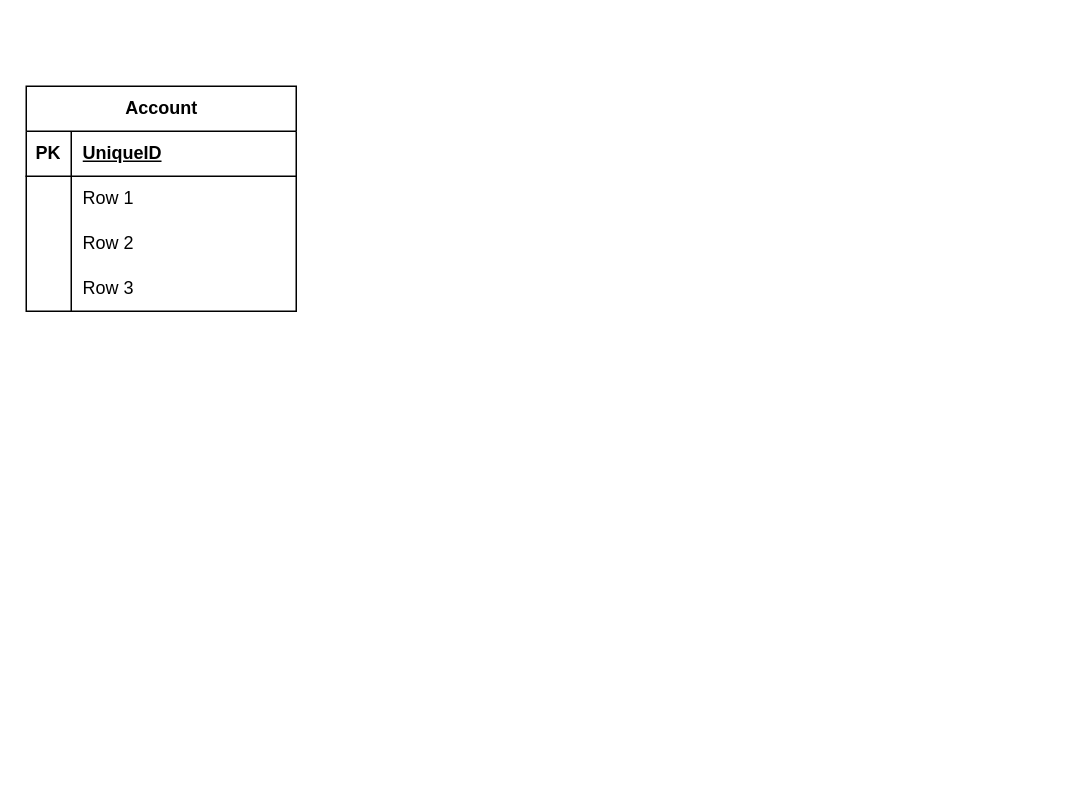
Above: Untitled Diagram.drawio in TDnothing/ecs-fargate-deployment (draw.io), before the change. Source tidied: cells renumbered, new cells numbered last; positions are measured from the earlier drawing's top-left corner, leaving out a move shared by most shapes. Both pictures are drawn from the tidied source at 150%, with x=0, y=0 at pixel (26, 86).
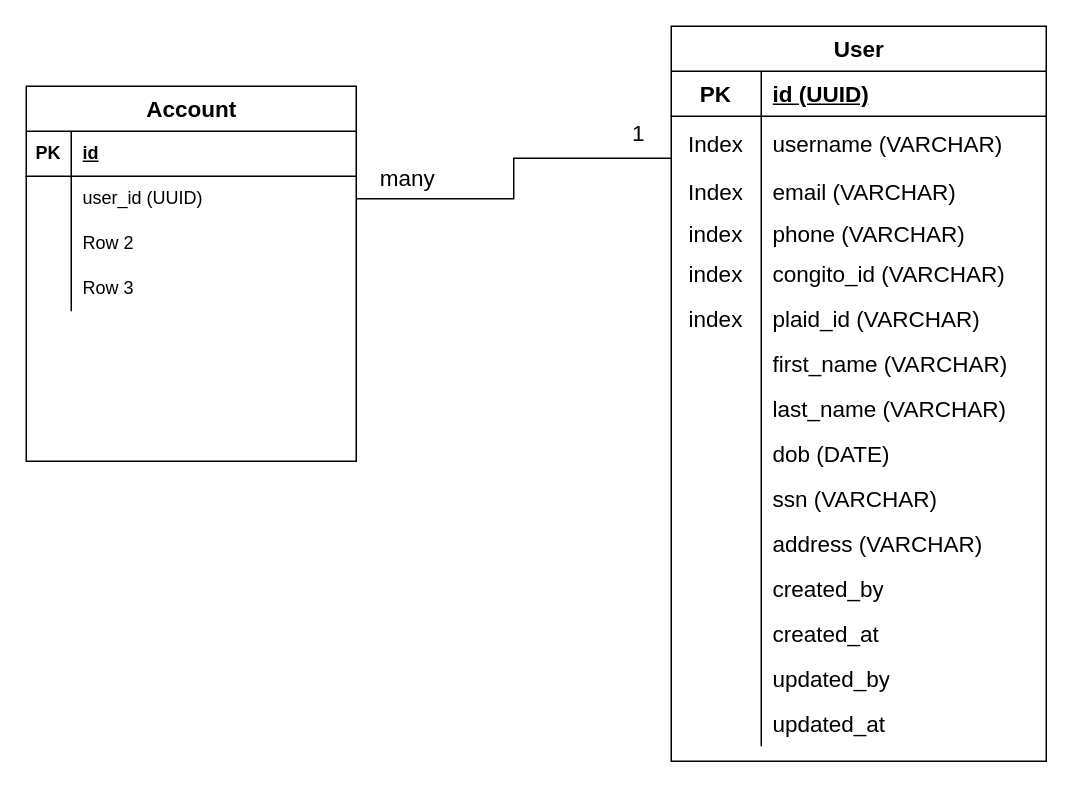
The same page after the edit.

Diff of the diagram source:
```diff
@@
-    <mxCell id="2" value="Account" style="shape=table;startSize=30;childLayout=tableLayout;rowLines=0;fontStyle=1;align=center;html=1;" parent="1" vertex="1">
-      <mxGeometry width="180" height="150" as="geometry" />
+    <mxCell id="2" value="Account" style="shape=table;startSize=30;childLayout=tableLayout;rowLines=0;fontStyle=1;align=center;html=1;fontSize=15;" parent="1" vertex="1">
+      <mxGeometry width="220" height="250" as="geometry" />
     </mxCell>
     <mxCell id="3" style="shape=tableRow;horizontal=0;startSize=0;swimlaneHead=0;swimlaneBody=0;fillColor=none;top=0;left=0;right=0;bottom=1;" parent="2" vertex="1">
-      <mxGeometry y="30" width="180" height="30" as="geometry" />
+      <mxGeometry y="30" width="220" height="30" as="geometry" />
     </mxCell>
@@
-    <mxCell id="5" value="UniqueID" style="shape=partialRectangle;fillColor=none;top=0;left=0;bottom=0;right=0;align=left;spacingLeft=6;fontStyle=5;overflow=hidden;whiteSpace=wrap;html=1;" parent="3" vertex="1">
-      <mxGeometry x="30" width="150" height="30" as="geometry" />
+    <mxCell id="5" value="id" style="shape=partialRectangle;fillColor=none;top=0;left=0;bottom=0;right=0;align=left;spacingLeft=6;fontStyle=5;overflow=hidden;whiteSpace=wrap;html=1;" parent="3" vertex="1">
+      <mxGeometry x="30" width="190" height="30" as="geometry" />
     </mxCell>
     <mxCell id="6" style="shape=tableRow;horizontal=0;startSize=0;swimlaneHead=0;swimlaneBody=0;fillColor=none;points=[[0,0.5],[1,0.5]];portConstraint=eastwest;top=0;left=0;right=0;bottom=0;" parent="2" vertex="1">
-      <mxGeometry y="60" width="180" height="30" as="geometry" />
+      <mxGeometry y="60" width="220" height="30" as="geometry" />
     </mxCell>
@@
-    <mxCell id="8" value="Row 1" style="shape=partialRectangle;fillColor=none;top=0;left=0;bottom=0;right=0;align=left;spacingLeft=6;overflow=hidden;whiteSpace=wrap;html=1;" parent="6" vertex="1">
-      <mxGeometry x="30" width="150" height="30" as="geometry" />
+    <mxCell id="8" value="user_id (UUID)" style="shape=partialRectangle;fillColor=none;top=0;left=0;bottom=0;right=0;align=left;spacingLeft=6;overflow=hidden;whiteSpace=wrap;html=1;" parent="6" vertex="1">
+      <mxGeometry x="30" width="190" height="30" as="geometry" />
     </mxCell>
     <mxCell id="9" style="shape=tableRow;horizontal=0;startSize=0;swimlaneHead=0;swimlaneBody=0;fillColor=none;top=0;left=0;right=0;bottom=0;" parent="2" vertex="1">
-      <mxGeometry y="90" width="180" height="30" as="geometry" />
+      <mxGeometry y="90" width="220" height="30" as="geometry" />
     </mxCell>
@@
     <mxCell id="11" value="Row 2" style="shape=partialRectangle;fillColor=none;top=0;left=0;bottom=0;right=0;align=left;spacingLeft=6;overflow=hidden;whiteSpace=wrap;html=1;" parent="9" vertex="1">
-      <mxGeometry x="30" width="150" height="30" as="geometry" />
+      <mxGeometry x="30" width="190" height="30" as="geometry" />
     </mxCell>
     <mxCell id="12" style="shape=tableRow;horizontal=0;startSize=0;swimlaneHead=0;swimlaneBody=0;fillColor=none;top=0;left=0;right=0;bottom=0;" parent="2" vertex="1">
-      <mxGeometry y="120" width="180" height="30" as="geometry" />
+      <mxGeometry y="120" width="220" height="30" as="geometry" />
     </mxCell>
@@
     <mxCell id="14" value="Row 3" style="shape=partialRectangle;fillColor=none;top=0;left=0;bottom=0;right=0;align=left;spacingLeft=6;overflow=hidden;whiteSpace=wrap;html=1;" parent="12" vertex="1">
-      <mxGeometry x="30" width="150" height="30" as="geometry" />
+      <mxGeometry x="30" width="190" height="30" as="geometry" />
     </mxCell>
+    <mxCell id="15" value="User" style="shape=table;startSize=30;childLayout=tableLayout;rowLines=0;fontStyle=1;align=center;html=1;fontSize=15;" parent="1" vertex="1">
+      <mxGeometry x="430" y="-40" width="250" height="490" as="geometry" />
+    </mxCell>
+    <mxCell id="16" style="shape=tableRow;horizontal=0;startSize=0;swimlaneHead=0;swimlaneBody=0;fillColor=none;top=0;left=0;right=0;bottom=1;fontSize=15;" parent="15" vertex="1">
+      <mxGeometry y="30" width="250" height="30" as="geometry" />
+    </mxCell>
+    <mxCell id="17" value="PK" style="shape=partialRectangle;fillColor=none;top=0;left=0;bottom=0;right=0;fontStyle=1;overflow=hidden;whiteSpace=wrap;html=1;fontSize=15;" parent="16" vertex="1">
+      <mxGeometry width="60" height="30" as="geometry" />
+    </mxCell>
+    <mxCell id="18" value="id (UUID)" style="shape=partialRectangle;fillColor=none;top=0;left=0;bottom=0;right=0;align=left;spacingLeft=6;fontStyle=5;overflow=hidden;whiteSpace=wrap;html=1;fontSize=15;" parent="16" vertex="1">
+      <mxGeometry x="60" width="190" height="30" as="geometry" />
+    </mxCell>
+    <mxCell id="19" style="shape=tableRow;horizontal=0;startSize=0;swimlaneHead=0;swimlaneBody=0;fillColor=none;points=[[0,0.5],[1,0.5]];portConstraint=eastwest;top=0;left=0;right=0;bottom=0;fontSize=15;" parent="15" vertex="1">
+      <mxGeometry y="60" width="250" height="35" as="geometry" />
+    </mxCell>
+    <mxCell id="20" value="Index" style="shape=partialRectangle;fillColor=none;top=0;left=0;bottom=0;right=0;overflow=hidden;whiteSpace=wrap;html=1;fontSize=15;" parent="19" vertex="1">
+      <mxGeometry width="60" height="35" as="geometry" />
+    </mxCell>
+    <mxCell id="21" value="username (VARCHAR)" style="shape=partialRectangle;fillColor=none;top=0;left=0;bottom=0;right=0;align=left;spacingLeft=6;overflow=hidden;whiteSpace=wrap;html=1;fontSize=15;" parent="19" vertex="1">
+      <mxGeometry x="60" width="190" height="35" as="geometry" />
+    </mxCell>
+    <mxCell id="22" style="shape=tableRow;horizontal=0;startSize=0;swimlaneHead=0;swimlaneBody=0;fillColor=none;top=0;left=0;right=0;bottom=0;fontSize=15;" parent="15" vertex="1">
+      <mxGeometry y="95" width="250" height="30" as="geometry" />
+    </mxCell>
+    <mxCell id="23" value="Index" style="shape=partialRectangle;fillColor=none;top=0;left=0;bottom=0;right=0;overflow=hidden;whiteSpace=wrap;html=1;fontSize=15;" parent="22" vertex="1">
+      <mxGeometry width="60" height="30" as="geometry" />
+    </mxCell>
+    <mxCell id="24" value="email (VARCHAR)" style="shape=partialRectangle;fillColor=none;top=0;left=0;bottom=0;right=0;align=left;spacingLeft=6;overflow=hidden;whiteSpace=wrap;html=1;fontSize=15;" parent="22" vertex="1">
+      <mxGeometry x="60" width="190" height="30" as="geometry" />
+    </mxCell>
+    <mxCell id="25" style="shape=tableRow;horizontal=0;startSize=0;swimlaneHead=0;swimlaneBody=0;fillColor=none;top=0;left=0;right=0;bottom=0;fontSize=15;" parent="15" vertex="1">
+      <mxGeometry y="125" width="250" height="25" as="geometry" />
+    </mxCell>
+    <mxCell id="26" value="index" style="shape=partialRectangle;fillColor=none;top=0;left=0;bottom=0;right=0;overflow=hidden;whiteSpace=wrap;html=1;fontSize=15;" parent="25" vertex="1">
+      <mxGeometry width="60" height="25" as="geometry" />
+    </mxCell>
+    <mxCell id="27" value="phone (VARCHAR)" style="shape=partialRectangle;fillColor=none;top=0;left=0;bottom=0;right=0;align=left;spacingLeft=6;overflow=hidden;whiteSpace=wrap;html=1;fontSize=15;" parent="25" vertex="1">
+      <mxGeometry x="60" width="190" height="25" as="geometry" />
+    </mxCell>
+    <mxCell id="28" style="shape=tableRow;horizontal=0;startSize=0;swimlaneHead=0;swimlaneBody=0;fillColor=none;top=0;left=0;right=0;bottom=0;fontSize=15;" parent="15" vertex="1">
+      <mxGeometry y="150" width="250" height="30" as="geometry" />
+    </mxCell>
+    <mxCell id="29" value="index" style="shape=partialRectangle;fillColor=none;top=0;left=0;bottom=0;right=0;overflow=hidden;whiteSpace=wrap;html=1;fontSize=15;" parent="28" vertex="1">
+      <mxGeometry width="60" height="30" as="geometry" />
+    </mxCell>
+    <mxCell id="30" value="congito_id (VARCHAR)" style="shape=partialRectangle;fillColor=none;top=0;left=0;bottom=0;right=0;align=left;spacingLeft=6;overflow=hidden;whiteSpace=wrap;html=1;fontSize=15;" parent="28" vertex="1">
+      <mxGeometry x="60" width="190" height="30" as="geometry" />
+    </mxCell>
+    <mxCell id="31" style="shape=tableRow;horizontal=0;startSize=0;swimlaneHead=0;swimlaneBody=0;fillColor=none;top=0;left=0;right=0;bottom=0;fontSize=15;" parent="15" vertex="1">
+      <mxGeometry y="180" width="250" height="30" as="geometry" />
+    </mxCell>
+    <mxCell id="32" value="index" style="shape=partialRectangle;fillColor=none;top=0;left=0;bottom=0;right=0;overflow=hidden;whiteSpace=wrap;html=1;fontSize=15;" parent="31" vertex="1">
+      <mxGeometry width="60" height="30" as="geometry" />
+    </mxCell>
+    <mxCell id="33" value="plaid_id (VARCHAR)" style="shape=partialRectangle;fillColor=none;top=0;left=0;bottom=0;right=0;align=left;spacingLeft=6;overflow=hidden;whiteSpace=wrap;html=1;fontSize=15;" parent="31" vertex="1">
+      <mxGeometry x="60" width="190" height="30" as="geometry" />
+    </mxCell>
+    <mxCell id="34" style="shape=tableRow;horizontal=0;startSize=0;swimlaneHead=0;swimlaneBody=0;fillColor=none;top=0;left=0;right=0;bottom=0;fontSize=15;" parent="15" vertex="1">
+      <mxGeometry y="210" width="250" height="30" as="geometry" />
+    </mxCell>
+    <mxCell id="35" style="shape=partialRectangle;fillColor=none;top=0;left=0;bottom=0;right=0;overflow=hidden;whiteSpace=wrap;html=1;fontSize=15;" parent="34" vertex="1">
+      <mxGeometry width="60" height="30" as="geometry" />
+    </mxCell>
+    <mxCell id="36" value="first_name (VARCHAR)" style="shape=partialRectangle;fillColor=none;top=0;left=0;bottom=0;right=0;align=left;spacingLeft=6;overflow=hidden;whiteSpace=wrap;html=1;fontSize=15;" parent="34" vertex="1">
+      <mxGeometry x="60" width="190" height="30" as="geometry" />
+    </mxCell>
+    <mxCell id="37" style="shape=tableRow;horizontal=0;startSize=0;swimlaneHead=0;swimlaneBody=0;fillColor=none;top=0;left=0;right=0;bottom=0;fontSize=15;" parent="15" vertex="1">
+      <mxGeometry y="240" width="250" height="30" as="geometry" />
+    </mxCell>
+    <mxCell id="38" style="shape=partialRectangle;fillColor=none;top=0;left=0;bottom=0;right=0;overflow=hidden;whiteSpace=wrap;html=1;fontSize=15;" parent="37" vertex="1">
+      <mxGeometry width="60" height="30" as="geometry" />
+    </mxCell>
+    <mxCell id="39" value="last_name (VARCHAR)" style="shape=partialRectangle;fillColor=none;top=0;left=0;bottom=0;right=0;align=left;spacingLeft=6;overflow=hidden;whiteSpace=wrap;html=1;fontSize=15;" parent="37" vertex="1">
+      <mxGeometry x="60" width="190" height="30" as="geometry" />
+    </mxCell>
+    <mxCell id="40" style="shape=tableRow;horizontal=0;startSize=0;swimlaneHead=0;swimlaneBody=0;fillColor=none;top=0;left=0;right=0;bottom=0;fontSize=15;" parent="15" vertex="1">
+      <mxGeometry y="270" width="250" height="30" as="geometry" />
+    </mxCell>
+    <mxCell id="41" style="shape=partialRectangle;fillColor=none;top=0;left=0;bottom=0;right=0;overflow=hidden;whiteSpace=wrap;html=1;fontSize=15;" parent="40" vertex="1">
+      <mxGeometry width="60" height="30" as="geometry" />
+    </mxCell>
+    <mxCell id="42" value="dob (DATE)" style="shape=partialRectangle;fillColor=none;top=0;left=0;bottom=0;right=0;align=left;spacingLeft=6;overflow=hidden;whiteSpace=wrap;html=1;fontSize=15;" parent="40" vertex="1">
+      <mxGeometry x="60" width="190" height="30" as="geometry" />
+    </mxCell>
+    <mxCell id="43" style="shape=tableRow;horizontal=0;startSize=0;swimlaneHead=0;swimlaneBody=0;fillColor=none;top=0;left=0;right=0;bottom=0;fontSize=15;" parent="15" vertex="1">
+      <mxGeometry y="300" width="250" height="30" as="geometry" />
+    </mxCell>
+    <mxCell id="44" style="shape=partialRectangle;fillColor=none;top=0;left=0;bottom=0;right=0;overflow=hidden;whiteSpace=wrap;html=1;fontSize=15;" parent="43" vertex="1">
+      <mxGeometry width="60" height="30" as="geometry" />
+    </mxCell>
+    <mxCell id="45" value="ssn (VARCHAR)" style="shape=partialRectangle;fillColor=none;top=0;left=0;bottom=0;right=0;align=left;spacingLeft=6;overflow=hidden;whiteSpace=wrap;html=1;fontSize=15;" parent="43" vertex="1">
+      <mxGeometry x="60" width="190" height="30" as="geometry" />
+    </mxCell>
+    <mxCell id="46" style="shape=tableRow;horizontal=0;startSize=0;swimlaneHead=0;swimlaneBody=0;fillColor=none;top=0;left=0;right=0;bottom=0;fontSize=15;" parent="15" vertex="1">
+      <mxGeometry y="330" width="250" height="30" as="geometry" />
+    </mxCell>
+    <mxCell id="47" style="shape=partialRectangle;fillColor=none;top=0;left=0;bottom=0;right=0;overflow=hidden;whiteSpace=wrap;html=1;fontSize=15;" parent="46" vertex="1">
+      <mxGeometry width="60" height="30" as="geometry" />
+    </mxCell>
+    <mxCell id="48" value="address (VARCHAR)" style="shape=partialRectangle;fillColor=none;top=0;left=0;bottom=0;right=0;align=left;spacingLeft=6;overflow=hidden;whiteSpace=wrap;html=1;fontSize=15;" parent="46" vertex="1">
+      <mxGeometry x="60" width="190" height="30" as="geometry" />
+    </mxCell>
+    <mxCell id="49" style="shape=tableRow;horizontal=0;startSize=0;swimlaneHead=0;swimlaneBody=0;fillColor=none;top=0;left=0;right=0;bottom=0;fontSize=15;" parent="15" vertex="1">
+      <mxGeometry y="360" width="250" height="30" as="geometry" />
+    </mxCell>
+    <mxCell id="50" style="shape=partialRectangle;fillColor=none;top=0;left=0;bottom=0;right=0;overflow=hidden;whiteSpace=wrap;html=1;fontSize=15;" parent="49" vertex="1">
+      <mxGeometry width="60" height="30" as="geometry" />
+    </mxCell>
+    <mxCell id="51" value="created_by" style="shape=partialRectangle;fillColor=none;top=0;left=0;bottom=0;right=0;align=left;spacingLeft=6;overflow=hidden;whiteSpace=wrap;html=1;fontSize=15;" parent="49" vertex="1">
+      <mxGeometry x="60" width="190" height="30" as="geometry" />
+    </mxCell>
+    <mxCell id="52" style="shape=tableRow;horizontal=0;startSize=0;swimlaneHead=0;swimlaneBody=0;fillColor=none;top=0;left=0;right=0;bottom=0;fontSize=15;" parent="15" vertex="1">
+      <mxGeometry y="390" width="250" height="30" as="geometry" />
+    </mxCell>
+    <mxCell id="53" style="shape=partialRectangle;fillColor=none;top=0;left=0;bottom=0;right=0;overflow=hidden;whiteSpace=wrap;html=1;fontSize=15;" parent="52" vertex="1">
+      <mxGeometry width="60" height="30" as="geometry" />
+    </mxCell>
+    <mxCell id="54" value="created_at" style="shape=partialRectangle;fillColor=none;top=0;left=0;bottom=0;right=0;align=left;spacingLeft=6;overflow=hidden;whiteSpace=wrap;html=1;fontSize=15;" parent="52" vertex="1">
+      <mxGeometry x="60" width="190" height="30" as="geometry" />
+    </mxCell>
+    <mxCell id="55" style="shape=tableRow;horizontal=0;startSize=0;swimlaneHead=0;swimlaneBody=0;fillColor=none;top=0;left=0;right=0;bottom=0;fontSize=15;" parent="15" vertex="1">
+      <mxGeometry y="420" width="250" height="30" as="geometry" />
+    </mxCell>
+    <mxCell id="56" style="shape=partialRectangle;fillColor=none;top=0;left=0;bottom=0;right=0;overflow=hidden;whiteSpace=wrap;html=1;fontSize=15;" parent="55" vertex="1">
+      <mxGeometry width="60" height="30" as="geometry" />
+    </mxCell>
+    <mxCell id="57" value="updated_by" style="shape=partialRectangle;fillColor=none;top=0;left=0;bottom=0;right=0;align=left;spacingLeft=6;overflow=hidden;whiteSpace=wrap;html=1;fontSize=15;" parent="55" vertex="1">
+      <mxGeometry x="60" width="190" height="30" as="geometry" />
+    </mxCell>
+    <mxCell id="58" style="shape=tableRow;horizontal=0;startSize=0;swimlaneHead=0;swimlaneBody=0;fillColor=none;top=0;left=0;right=0;bottom=0;fontSize=15;" parent="15" vertex="1">
+      <mxGeometry y="450" width="250" height="30" as="geometry" />
+    </mxCell>
+    <mxCell id="59" style="shape=partialRectangle;fillColor=none;top=0;left=0;bottom=0;right=0;overflow=hidden;whiteSpace=wrap;html=1;fontSize=15;" parent="58" vertex="1">
+      <mxGeometry width="60" height="30" as="geometry" />
+    </mxCell>
+    <mxCell id="60" value="updated_at" style="shape=partialRectangle;fillColor=none;top=0;left=0;bottom=0;right=0;align=left;spacingLeft=6;overflow=hidden;whiteSpace=wrap;html=1;fontSize=15;" parent="58" vertex="1">
+      <mxGeometry x="60" width="190" height="30" as="geometry" />
+    </mxCell>
+    <mxCell id="61" style="edgeStyle=orthogonalEdgeStyle;rounded=0;jettySize=auto;html=1;entryX=0;entryY=0.8;entryDx=0;entryDy=0;entryPerimeter=0;fontSize=14;startArrow=none;startFill=0;endArrow=none;endFill=0;" parent="1" edge="1" source="6" target="19">
+      <mxGeometry relative="1" as="geometry" />
+    </mxCell>
+    <mxCell id="62" value="many" style="edgeLabel;html=1;align=center;verticalAlign=middle;fontSize=15;" parent="61" vertex="1">
+      <mxGeometry x="-0.8" y="2" relative="1" as="geometry">
+        <mxPoint x="9" y="-13" as="offset" />
+      </mxGeometry>
+    </mxCell>
+    <mxCell id="63" value="1" style="edgeLabel;html=1;align=center;verticalAlign=middle;fontSize=15;" parent="61" vertex="1">
+      <mxGeometry x="0.81" y="1" relative="1" as="geometry">
+        <mxPoint y="-17" as="offset" />
+      </mxGeometry>
+    </mxCell>
```
